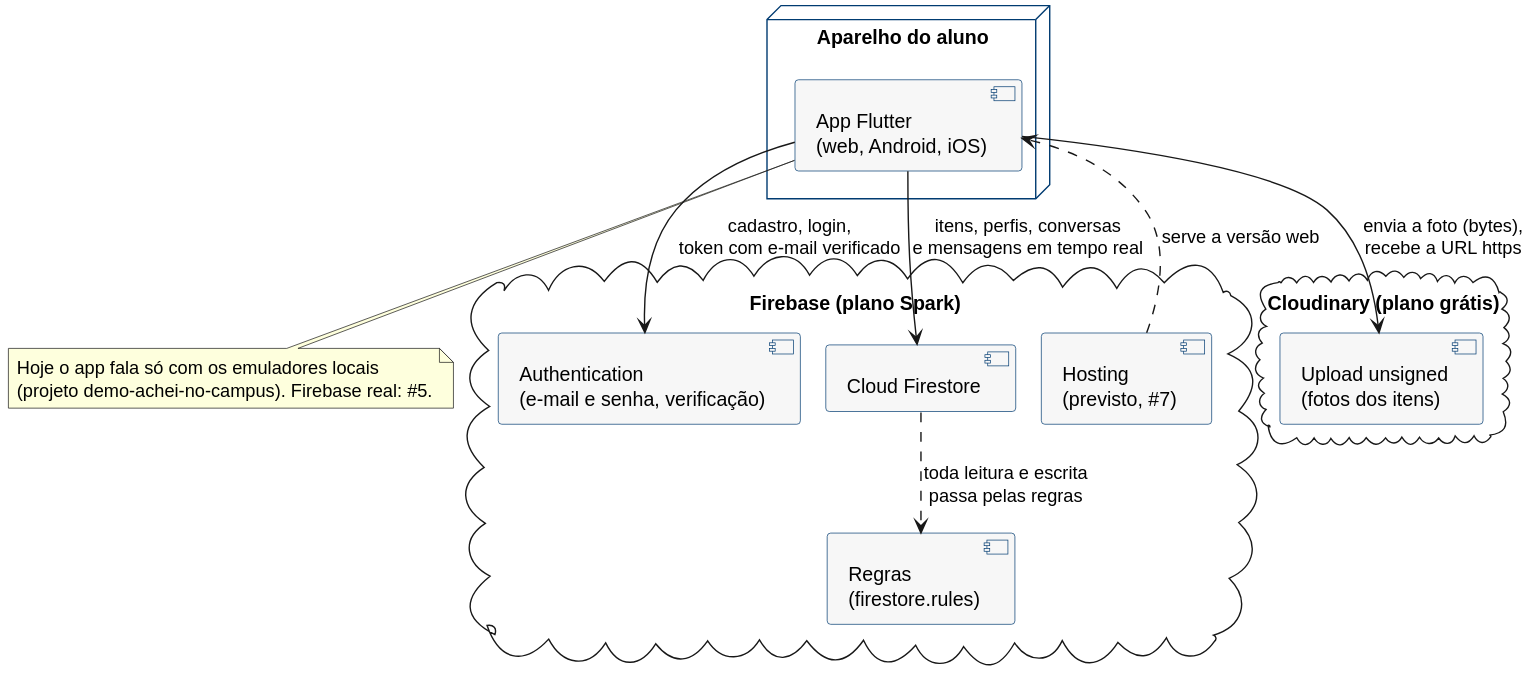
The PlantUML diagram docs/diagramas/arquitetura.svg in dv-dev1/achei-no-campus, before a commit. Its diagram source:
```plantuml
@startuml
!pragma layout smetana
skinparam defaultFontName sans-serif
skinparam component {
  BackgroundColor #F7F7F7
  BorderColor #003B71
}
skinparam node {
  BackgroundColor #FFFFFF
  BorderColor #003B71
}

node "Aparelho do aluno" {
  component "App Flutter\n(web, Android, iOS)" as App
}

cloud "Firebase (plano Spark)" {
  component "Authentication\n(e-mail e senha, verificação)" as Auth
  component "Cloud Firestore" as Firestore
  component "Regras\n(firestore.rules)" as Regras
  component "Hosting\n(previsto, #7)" as Hosting
}

cloud "Cloudinary (plano grátis)" {
  component "Upload unsigned\n(fotos dos itens)" as Cloudinary
}

App --> Auth : cadastro, login,\ntoken com e-mail verificado
App --> Firestore : itens, perfis, conversas\ne mensagens em tempo real
Firestore ..> Regras : toda leitura e escrita\npassa pelas regras
App --> Cloudinary : envia a foto (bytes),\nrecebe a URL https
Hosting ..> App : serve a versão web

note bottom of App
  Hoje o app fala só com os emuladores locais
  (projeto demo-achei-no-campus). Firebase real: #5.
end note
@enduml
```
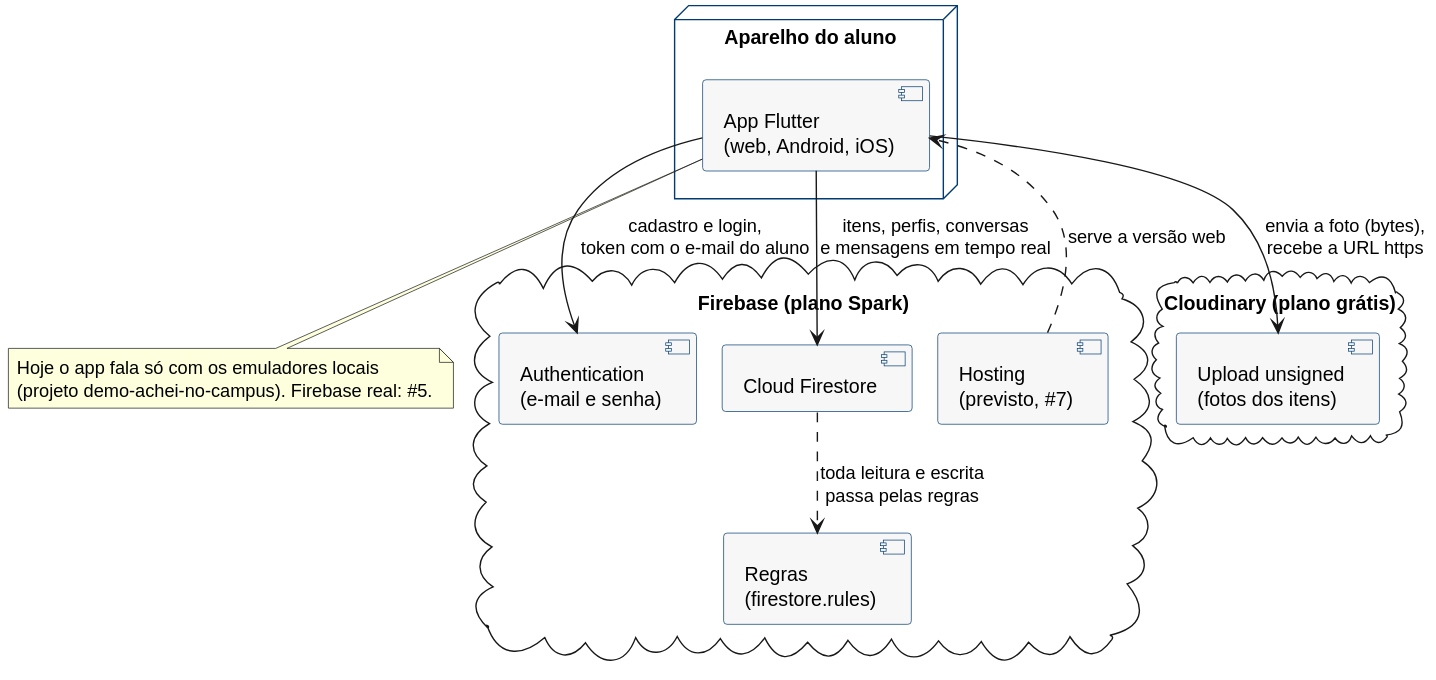
The same file after the commit.

Commit message:
docs: login sem verificação, limitação conhecida e SSO como próximo passo

What changed in the source:
```diff
@@ -15,7 +15,7 @@
 }
 
 cloud "Firebase (plano Spark)" {
-  component "Authentication\n(e-mail e senha, verificação)" as Auth
+  component "Authentication\n(e-mail e senha)" as Auth
   component "Cloud Firestore" as Firestore
   component "Regras\n(firestore.rules)" as Regras
   component "Hosting\n(previsto, #7)" as Hosting
@@ -25,7 +25,7 @@
   component "Upload unsigned\n(fotos dos itens)" as Cloudinary
 }
 
-App --> Auth : cadastro, login,\ntoken com e-mail verificado
+App --> Auth : cadastro e login,\ntoken com o e-mail do aluno
 App --> Firestore : itens, perfis, conversas\ne mensagens em tempo real
 Firestore ..> Regras : toda leitura e escrita\npassa pelas regras
 App --> Cloudinary : envia a foto (bytes),\nrecebe a URL https
```
